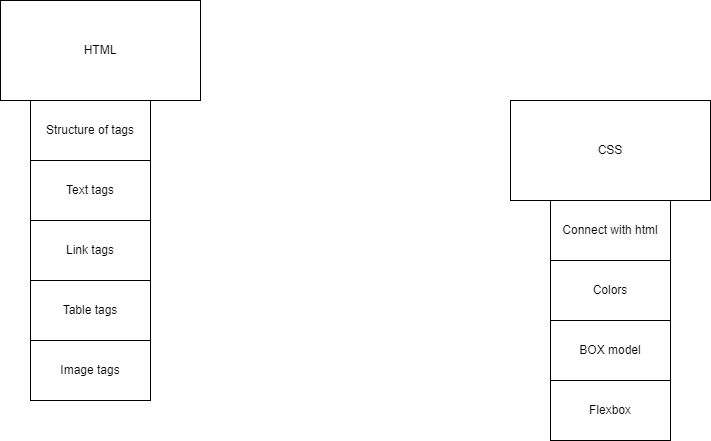
Earlier version of the draw.io export Images/frontend.drawio.png (Verseium/Career-plans). Source tidied: cells renumbered, new cells last; positions are measured from the earlier drawing's top-left corner, leaving out a move shared by most shapes.
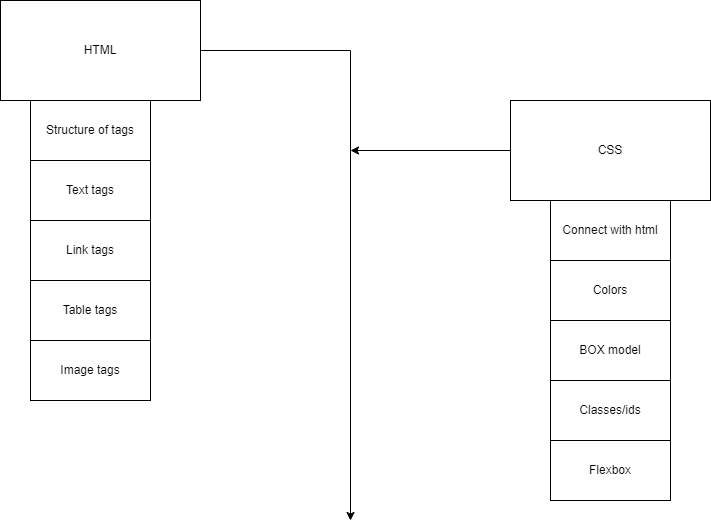
The same diagram one commit later.

Change to the diagram source:
```diff
@@ -33,7 +33,23 @@
       <mxGeometry x="550" y="320" width="120" height="60" as="geometry" />
     </mxCell>
     <mxCell id="12" value="Flexbox" style="rounded=0;whiteSpace=wrap;html=1;" parent="1" vertex="1">
-      <mxGeometry x="550" y="380" width="120" height="60" as="geometry" />
+      <mxGeometry x="550" y="440" width="120" height="60" as="geometry" />
     </mxCell>
+    <mxCell id="13" style="endArrow=classic;html=1;rounded=0;exitX=1;exitY=0.5;exitDx=0;exitDy=0;" parent="1" edge="1" source="2">
+      <mxGeometry relative="1" as="geometry">
+        <mxPoint x="350" y="520" as="targetPoint" />
+        <Array as="points">
+          <mxPoint x="350" y="50" />
+        </Array>
+      </mxGeometry>
+    </mxCell>
+    <mxCell id="14" style="endArrow=classic;html=1;rounded=0;exitX=0;exitY=0.5;exitDx=0;exitDy=0;" parent="1" edge="1" source="8">
+      <mxGeometry relative="1" as="geometry">
+        <mxPoint x="350" y="150" as="targetPoint" />
+      </mxGeometry>
+    </mxCell>
+    <mxCell id="15" value="Classes/ids" style="rounded=0;whiteSpace=wrap;html=1;" parent="1" vertex="1">
+      <mxGeometry x="550" y="380" width="120" height="60" as="geometry" />
+    </mxCell>
   </root>
 </mxGraphModel>
```
